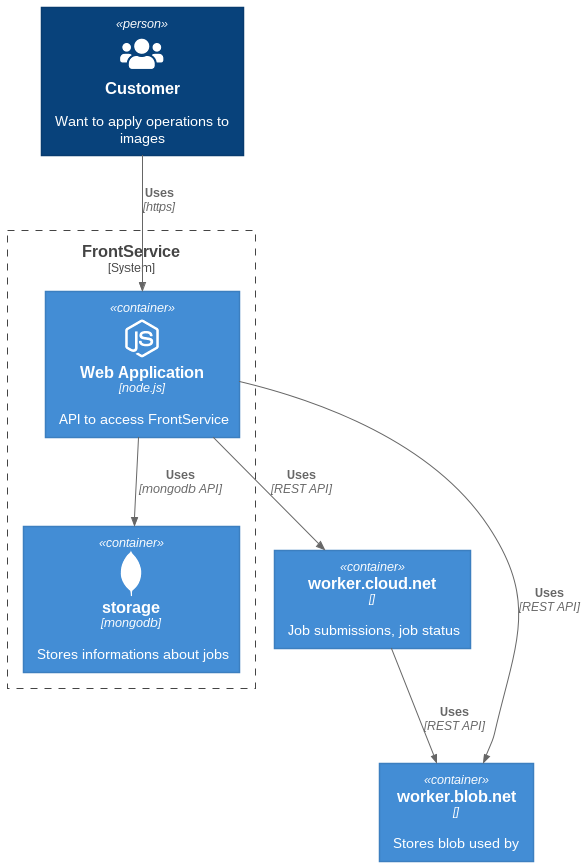
The PlantUML diagram out/diagrams/c4_container/c4_container.png in enricodangelo/ptc_test, before a commit.
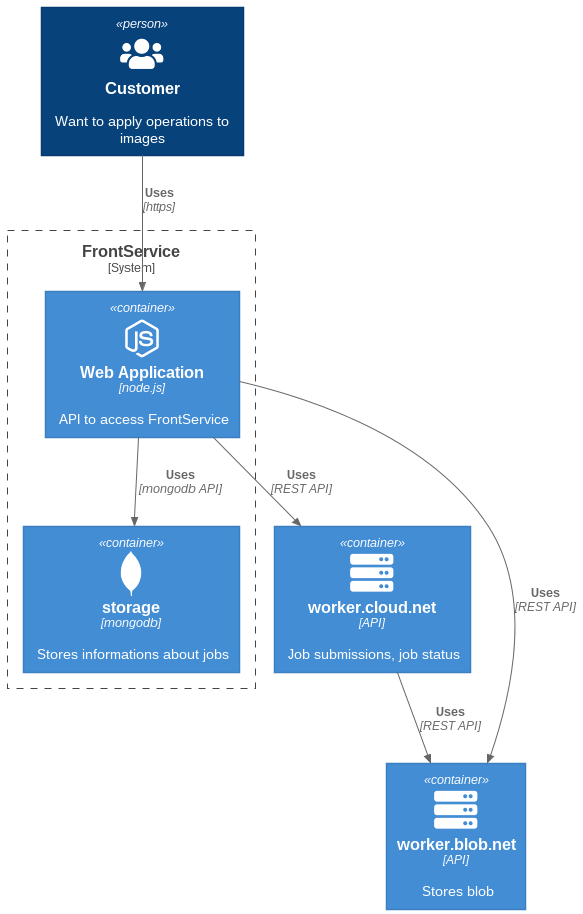
After the change.

What changed in the source:
```diff
@@ -7,6 +7,7 @@
 !include DEVICONS/nodejs_small.puml
 !include DEVICONS/mongodb.puml
 !include FONTAWESOME/users.puml
+!include FONTAWESOME/server.puml
 
 
 Person(user, "Customer", "Want to apply operations to images", $sprite="users")
@@ -15,13 +16,13 @@
     Container(fsapi, "Web Application", "node.js", API to access FrontService, $sprite="nodejs_small")
     Container(fsdb, "storage", "mongodb", "Stores informations about jobs", $sprite="mongodb")
 }
-Container(api1, "worker.cloud.net", , "Job submissions, job status")
-Container(api2, "worker.blob.net", , "Stores blob used by ")
+Container(jsapi, "worker.cloud.net", "API", "Job submissions, job status", $sprite="server")
+Container(bsapi, "worker.blob.net", "API", "Stores blob", $sprite="server")
 
 
 Rel(user, fsapi, "Uses", "https")
 Rel(fsapi, fsdb, "Uses", "mongodb API")
-Rel(fsapi, api1, "Uses", "REST API")
-Rel(fsapi, api2, "Uses", "REST API")
-Rel(api1, api2, "Uses", "REST API")
+Rel(fsapi, jsapi, "Uses", "REST API")
+Rel(fsapi, bsapi, "Uses", "REST API")
+Rel(jsapi, bsapi, "Uses", "REST API")
 @enduml
```
